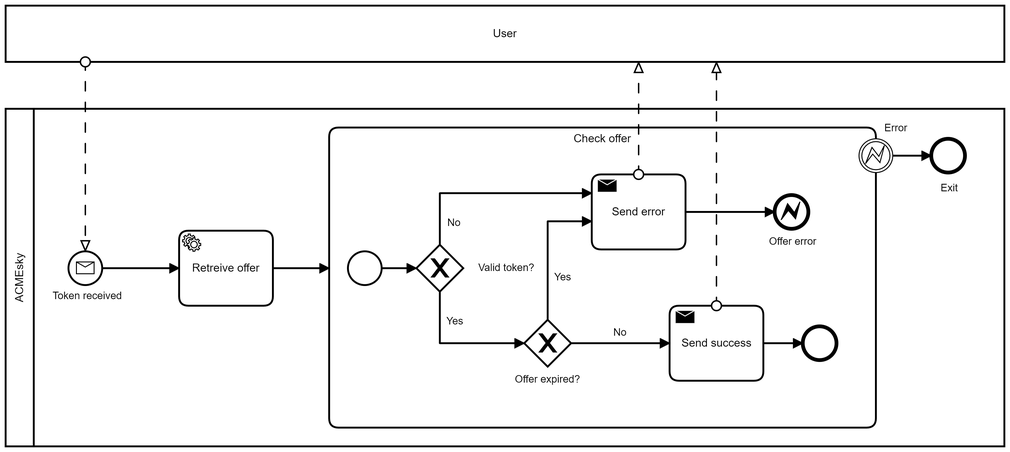
Earlier version of the BPMN export docs/bpmn/img/ConfirmOffer.png (Vallasc/ACMEsky). Its source is kept beside it as docs/bpmn/diagrams/ConfirmOffer.bpmn. Ids are renumbered.
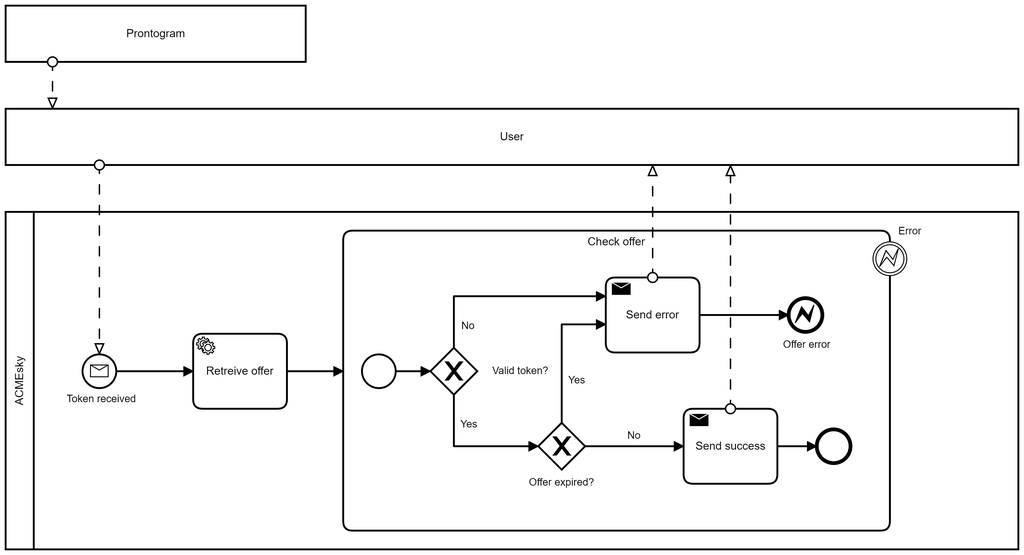
After the commit.

Diff of the diagram source:
```diff
@@ -2,14 +2,13 @@
   <bpmn:collaboration id="Collaboration_n2">
     <bpmn:participant id="Participant_n3" name="ACMEsky" processRef="Process_n4" />
     <bpmn:participant id="Participant_n5" name="User" />
+    <bpmn:participant id="Participant_n34" name="Prontogram" />
     <bpmn:messageFlow id="Flow_n6" sourceRef="Participant_n5" targetRef="Event_n7" />
     <bpmn:messageFlow id="Flow_n8" sourceRef="Activity_n9" targetRef="Participant_n5" />
     <bpmn:messageFlow id="Flow_n10" sourceRef="Activity_n11" targetRef="Participant_n5" />
+    <bpmn:messageFlow id="Flow_n35" sourceRef="Participant_n34" targetRef="Participant_n5" />
   </bpmn:collaboration>
   <bpmn:process id="Process_n4" isExecutable="false">
-    <bpmn:endEvent id="Event_n12" name="Exit">
-      <bpmn:incoming>Flow_n13</bpmn:incoming>
-    </bpmn:endEvent>
     <bpmn:startEvent id="Event_n7" name="Token received">
       <bpmn:outgoing>Flow_n14</bpmn:outgoing>
       <bpmn:messageEventDefinition id="MessageEventDefinition_n15" />
@@ -58,141 +57,136 @@
       <bpmn:sequenceFlow id="Flow_n20" sourceRef="Event_n19" targetRef="Gateway_n21" />
     </bpmn:subProcess>
     <bpmn:boundaryEvent id="Event_n32" name="Error" attachedToRef="Activity_n18">
-      <bpmn:outgoing>Flow_n13</bpmn:outgoing>
       <bpmn:errorEventDefinition id="ErrorEventDefinition_n33" />
     </bpmn:boundaryEvent>
-    <bpmn:sequenceFlow id="Flow_n13" sourceRef="Event_n32" targetRef="Event_n12" />
+    <bpmn:sequenceFlow id="Flow_n14" sourceRef="Event_n7" targetRef="Activity_n16" />
     <bpmn:sequenceFlow id="Flow_n17" sourceRef="Activity_n16" targetRef="Activity_n18" />
-    <bpmn:sequenceFlow id="Flow_n14" sourceRef="Event_n7" targetRef="Activity_n16" />
   </bpmn:process>
   <bpmndi:BPMNDiagram id="BPMNDiagram_1">
     <bpmndi:BPMNPlane id="BPMNPlane_1" bpmnElement="Collaboration_n2">
       <bpmndi:BPMNShape id="Participant_n3_di" bpmnElement="Participant_n3" isHorizontal="true">
-        <dc:Bounds x="155" y="190" width="1065" height="360" />
+        <dc:Bounds x="140" y="300" width="1080" height="360" />
       </bpmndi:BPMNShape>
-      <bpmndi:BPMNEdge id="Flow_n13_di" bpmnElement="Flow_n13">
-        <di:waypoint x="1101" y="240" />
-        <di:waypoint x="1142" y="240" />
+      <bpmndi:BPMNEdge id="Flow_n14_di" bpmnElement="Flow_n14">
+        <di:waypoint x="258" y="470" />
+        <di:waypoint x="340" y="470" />
       </bpmndi:BPMNEdge>
       <bpmndi:BPMNEdge id="Flow_n17_di" bpmnElement="Flow_n17">
-        <di:waypoint x="440" y="360" />
-        <di:waypoint x="500" y="360" />
+        <di:waypoint x="440" y="470" />
+        <di:waypoint x="500" y="470" />
       </bpmndi:BPMNEdge>
-      <bpmndi:BPMNEdge id="Flow_n14_di" bpmnElement="Flow_n14">
-        <di:waypoint x="258" y="360" />
-        <di:waypoint x="340" y="360" />
-      </bpmndi:BPMNEdge>
-      <bpmndi:BPMNShape id="Event_n12_di" bpmnElement="Event_n12">
-        <dc:Bounds x="1142" y="222" width="36" height="36" />
+      <bpmndi:BPMNShape id="Event_n7_di" bpmnElement="Event_n7">
+        <dc:Bounds x="222" y="452" width="36" height="36" />
         <bpmndi:BPMNLabel>
-          <dc:Bounds x="1152" y="268" width="19" height="14" />
-        </bpmndi:BPMNLabel>
-      </bpmndi:BPMNShape>
-      <bpmndi:BPMNShape id="Event_n7_di" bpmnElement="Event_n7">
-        <dc:Bounds x="222" y="342" width="36" height="36" />
-        <bpmndi:BPMNLabel>
-          <dc:Bounds x="205" y="383" width="74" height="14" />
+          <dc:Bounds x="205" y="493" width="74" height="14" />
         </bpmndi:BPMNLabel>
       </bpmndi:BPMNShape>
       <bpmndi:BPMNShape id="Activity_n16_di" bpmnElement="Activity_n16">
-        <dc:Bounds x="340" y="320" width="100" height="80" />
+        <dc:Bounds x="340" y="430" width="100" height="80" />
       </bpmndi:BPMNShape>
       <bpmndi:BPMNShape id="Activity_n18_di" bpmnElement="Activity_n18" isExpanded="true">
-        <dc:Bounds x="500" y="210" width="583" height="320" />
+        <dc:Bounds x="500" y="320" width="583" height="320" />
       </bpmndi:BPMNShape>
       <bpmndi:BPMNEdge id="Flow_n20_di" bpmnElement="Flow_n20">
-        <di:waypoint x="556" y="360" />
-        <di:waypoint x="593" y="360" />
+        <di:waypoint x="556" y="470" />
+        <di:waypoint x="593" y="470" />
       </bpmndi:BPMNEdge>
       <bpmndi:BPMNEdge id="Flow_n26_di" bpmnElement="Flow_n26">
-        <di:waypoint x="733" y="415" />
-        <di:waypoint x="733" y="310" />
-        <di:waypoint x="780" y="310" />
+        <di:waypoint x="733" y="525" />
+        <di:waypoint x="733" y="420" />
+        <di:waypoint x="780" y="420" />
         <bpmndi:BPMNLabel>
-          <dc:Bounds x="740" y="363" width="18" height="14" />
+          <dc:Bounds x="740" y="473" width="18" height="14" />
         </bpmndi:BPMNLabel>
       </bpmndi:BPMNEdge>
       <bpmndi:BPMNEdge id="Flow_n23_di" bpmnElement="Flow_n23">
-        <di:waypoint x="618" y="385" />
-        <di:waypoint x="618" y="440" />
-        <di:waypoint x="708" y="440" />
+        <di:waypoint x="618" y="495" />
+        <di:waypoint x="618" y="550" />
+        <di:waypoint x="708" y="550" />
         <bpmndi:BPMNLabel>
-          <dc:Bounds x="625" y="410" width="18" height="14" />
+          <dc:Bounds x="625" y="520" width="18" height="14" />
         </bpmndi:BPMNLabel>
       </bpmndi:BPMNEdge>
       <bpmndi:BPMNEdge id="Flow_n22_di" bpmnElement="Flow_n22">
-        <di:waypoint x="618" y="335" />
-        <di:waypoint x="618" y="280" />
-        <di:waypoint x="780" y="280" />
+        <di:waypoint x="618" y="445" />
+        <di:waypoint x="618" y="390" />
+        <di:waypoint x="780" y="390" />
         <bpmndi:BPMNLabel>
-          <dc:Bounds x="626" y="305" width="15" height="14" />
+          <dc:Bounds x="626" y="415" width="15" height="14" />
         </bpmndi:BPMNLabel>
       </bpmndi:BPMNEdge>
       <bpmndi:BPMNEdge id="Flow_n25_di" bpmnElement="Flow_n25">
-        <di:waypoint x="758" y="440" />
-        <di:waypoint x="863" y="440" />
+        <di:waypoint x="758" y="550" />
+        <di:waypoint x="863" y="550" />
         <bpmndi:BPMNLabel>
-          <dc:Bounds x="803" y="422" width="15" height="14" />
+          <dc:Bounds x="803" y="532" width="15" height="14" />
         </bpmndi:BPMNLabel>
       </bpmndi:BPMNEdge>
       <bpmndi:BPMNEdge id="Flow_n28_di" bpmnElement="Flow_n28">
-        <di:waypoint x="963" y="440" />
-        <di:waypoint x="1005" y="440" />
+        <di:waypoint x="963" y="550" />
+        <di:waypoint x="1005" y="550" />
       </bpmndi:BPMNEdge>
       <bpmndi:BPMNEdge id="Flow_n29_di" bpmnElement="Flow_n29">
-        <di:waypoint x="880" y="300" />
-        <di:waypoint x="975" y="300" />
+        <di:waypoint x="880" y="410" />
+        <di:waypoint x="975" y="410" />
       </bpmndi:BPMNEdge>
       <bpmndi:BPMNShape id="Event_n19_di" bpmnElement="Event_n19">
-        <dc:Bounds x="520" y="342" width="36" height="36" />
+        <dc:Bounds x="520" y="452" width="36" height="36" />
       </bpmndi:BPMNShape>
       <bpmndi:BPMNShape id="Gateway_n21_di" bpmnElement="Gateway_n21" isMarkerVisible="true">
-        <dc:Bounds x="593" y="335" width="50" height="50" />
+        <dc:Bounds x="593" y="445" width="50" height="50" />
         <bpmndi:BPMNLabel>
-          <dc:Bounds x="659" y="353" width="60" height="14" />
+          <dc:Bounds x="659" y="463" width="60" height="14" />
         </bpmndi:BPMNLabel>
       </bpmndi:BPMNShape>
       <bpmndi:BPMNShape id="Gateway_n24_di" bpmnElement="Gateway_n24" isMarkerVisible="true">
-        <dc:Bounds x="708" y="415" width="50" height="50" />
+        <dc:Bounds x="708" y="525" width="50" height="50" />
         <bpmndi:BPMNLabel>
-          <dc:Bounds x="698" y="472" width="70" height="14" />
+          <dc:Bounds x="698" y="582" width="70" height="14" />
         </bpmndi:BPMNLabel>
       </bpmndi:BPMNShape>
       <bpmndi:BPMNShape id="Event_n27_di" bpmnElement="Event_n27">
-        <dc:Bounds x="1005" y="422" width="36" height="36" />
+        <dc:Bounds x="1005" y="532" width="36" height="36" />
       </bpmndi:BPMNShape>
       <bpmndi:BPMNShape id="Activity_n11_di" bpmnElement="Activity_n11">
-        <dc:Bounds x="863" y="400" width="100" height="80" />
+        <dc:Bounds x="863" y="510" width="100" height="80" />
       </bpmndi:BPMNShape>
       <bpmndi:BPMNShape id="Activity_n9_di" bpmnElement="Activity_n9">
-        <dc:Bounds x="780" y="260" width="100" height="80" />
+        <dc:Bounds x="780" y="370" width="100" height="80" />
       </bpmndi:BPMNShape>
       <bpmndi:BPMNShape id="Event_n30_di" bpmnElement="Event_n30">
-        <dc:Bounds x="975" y="282" width="36" height="36" />
+        <dc:Bounds x="975" y="392" width="36" height="36" />
         <bpmndi:BPMNLabel>
-          <dc:Bounds x="969" y="325" width="51" height="14" />
+          <dc:Bounds x="969" y="435" width="51" height="14" />
         </bpmndi:BPMNLabel>
       </bpmndi:BPMNShape>
       <bpmndi:BPMNShape id="Event_n32_di" bpmnElement="Event_n32">
-        <dc:Bounds x="1065" y="222" width="36" height="36" />
+        <dc:Bounds x="1065" y="332" width="36" height="36" />
         <bpmndi:BPMNLabel>
-          <dc:Bounds x="1092" y="204" width="25" height="14" />
+          <dc:Bounds x="1092" y="314" width="25" height="14" />
         </bpmndi:BPMNLabel>
       </bpmndi:BPMNShape>
       <bpmndi:BPMNShape id="Participant_13afzoh_di" bpmnElement="Participant_n5" isHorizontal="true">
-        <dc:Bounds x="155" y="80" width="1065" height="60" />
+        <dc:Bounds x="140" y="190" width="1080" height="60" />
+      </bpmndi:BPMNShape>
+      <bpmndi:BPMNShape id="Participant_0wlbnfu_di" bpmnElement="Participant_n34" isHorizontal="true">
+        <dc:Bounds x="140" y="80" width="320" height="60" />
       </bpmndi:BPMNShape>
       <bpmndi:BPMNEdge id="Flow_n6_di" bpmnElement="Flow_n6">
-        <di:waypoint x="240" y="140" />
-        <di:waypoint x="240" y="342" />
+        <di:waypoint x="240" y="250" />
+        <di:waypoint x="240" y="452" />
+      </bpmndi:BPMNEdge>
+      <bpmndi:BPMNEdge id="Flow_n10_di" bpmnElement="Flow_n10">
+        <di:waypoint x="913" y="510" />
+        <di:waypoint x="913" y="250" />
       </bpmndi:BPMNEdge>
       <bpmndi:BPMNEdge id="Flow_n8_di" bpmnElement="Flow_n8">
-        <di:waypoint x="830" y="260" />
-        <di:waypoint x="830" y="140" />
+        <di:waypoint x="830" y="370" />
+        <di:waypoint x="830" y="250" />
       </bpmndi:BPMNEdge>
-      <bpmndi:BPMNEdge id="Flow_n10_di" bpmnElement="Flow_n10">
-        <di:waypoint x="913" y="400" />
-        <di:waypoint x="913" y="140" />
+      <bpmndi:BPMNEdge id="Flow_n35_di" bpmnElement="Flow_n35">
+        <di:waypoint x="190" y="140" />
+        <di:waypoint x="190" y="190" />
       </bpmndi:BPMNEdge>
     </bpmndi:BPMNPlane>
   </bpmndi:BPMNDiagram>
```
